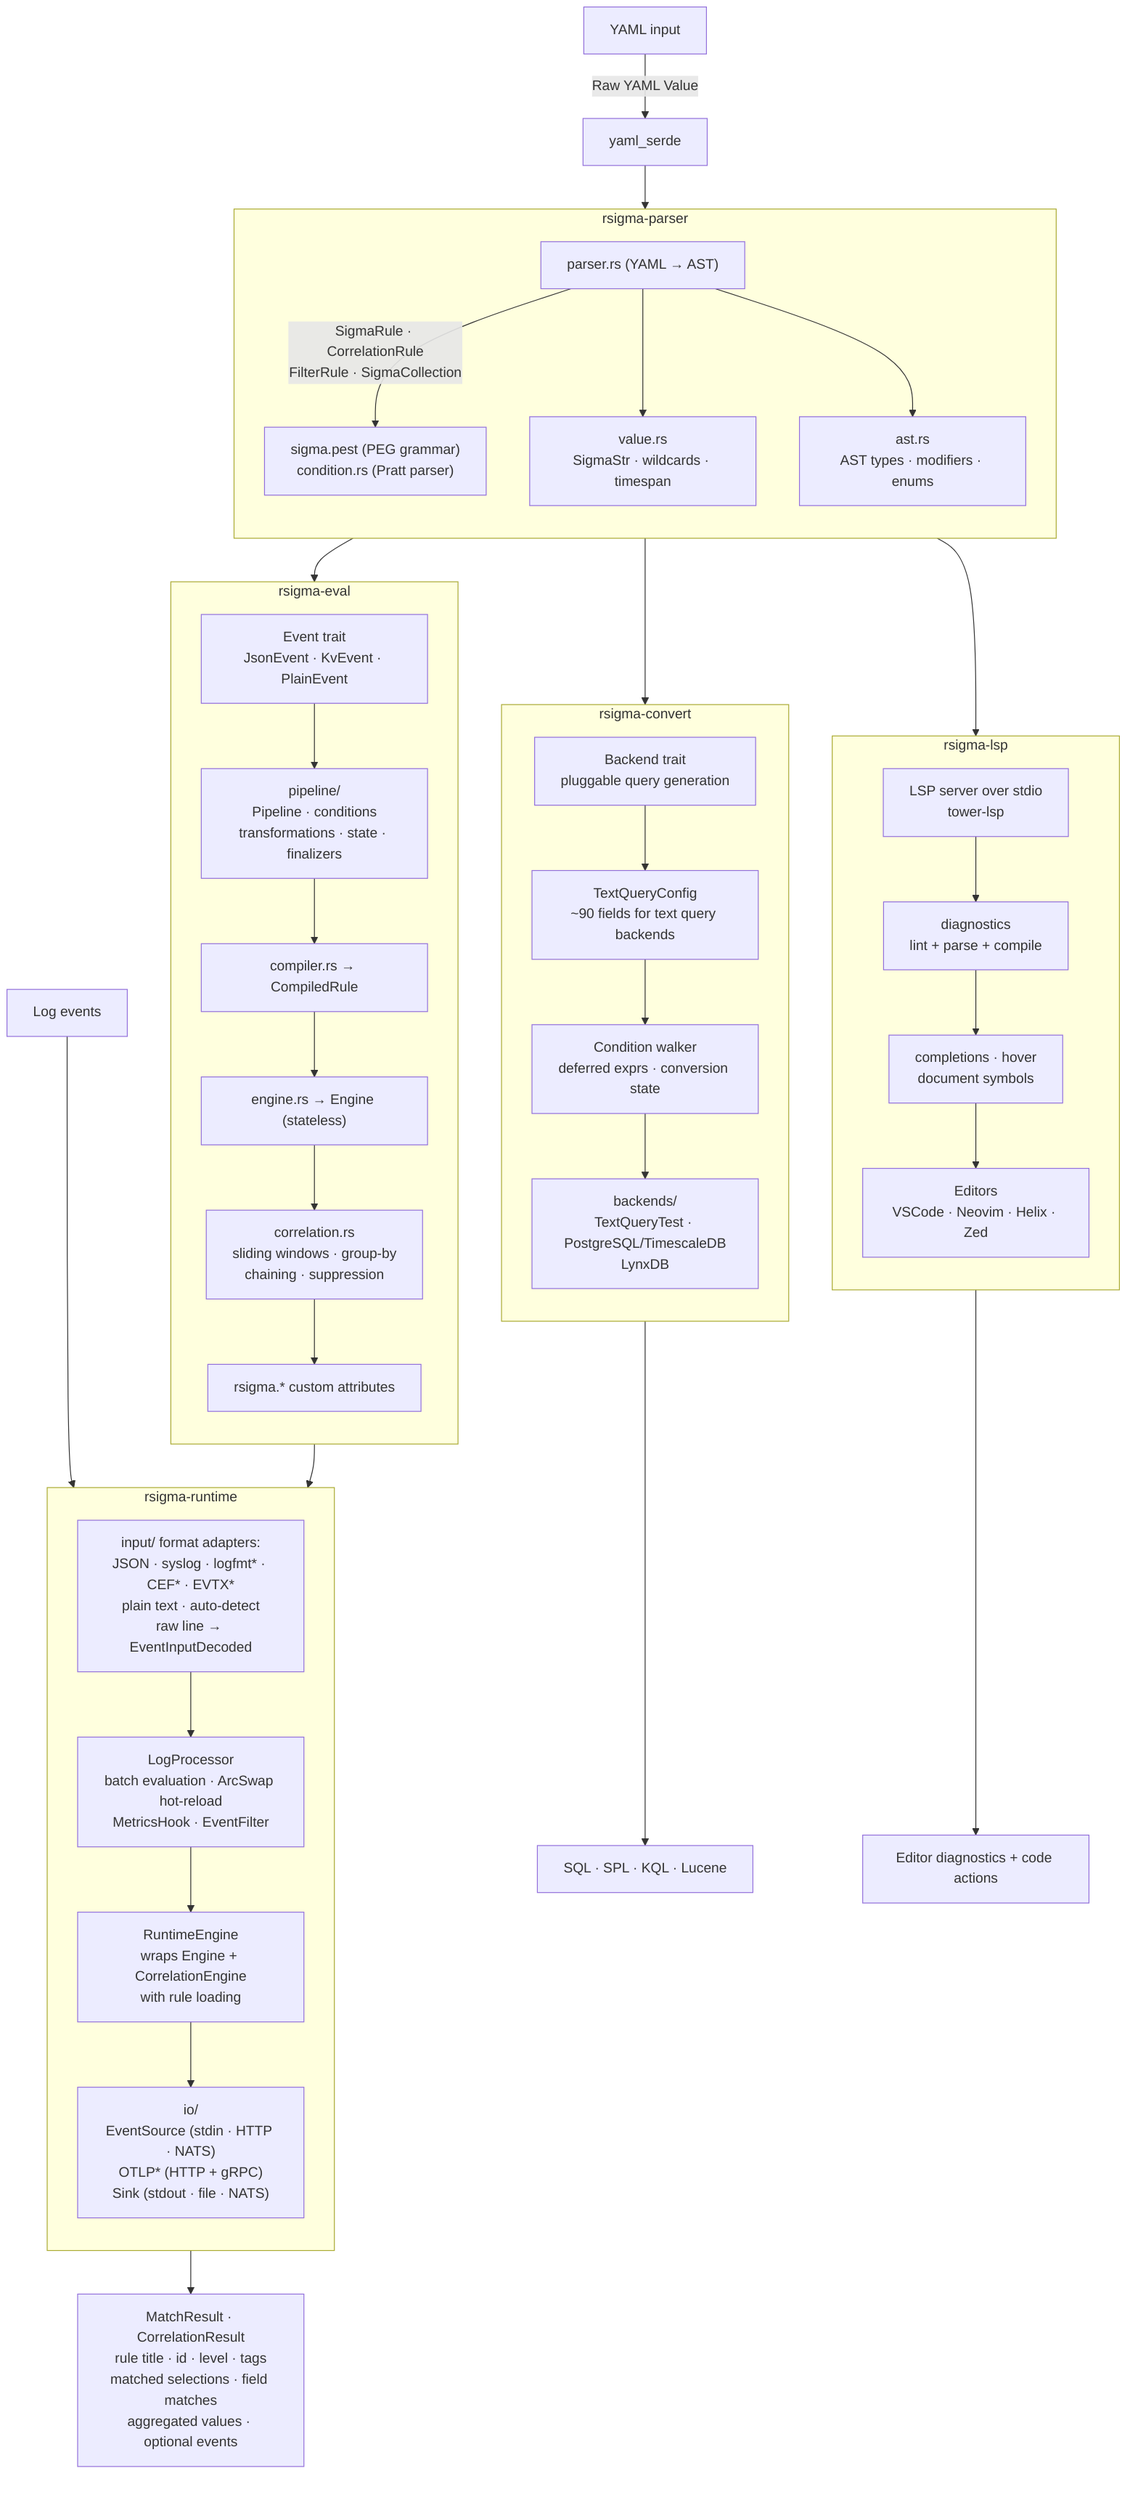
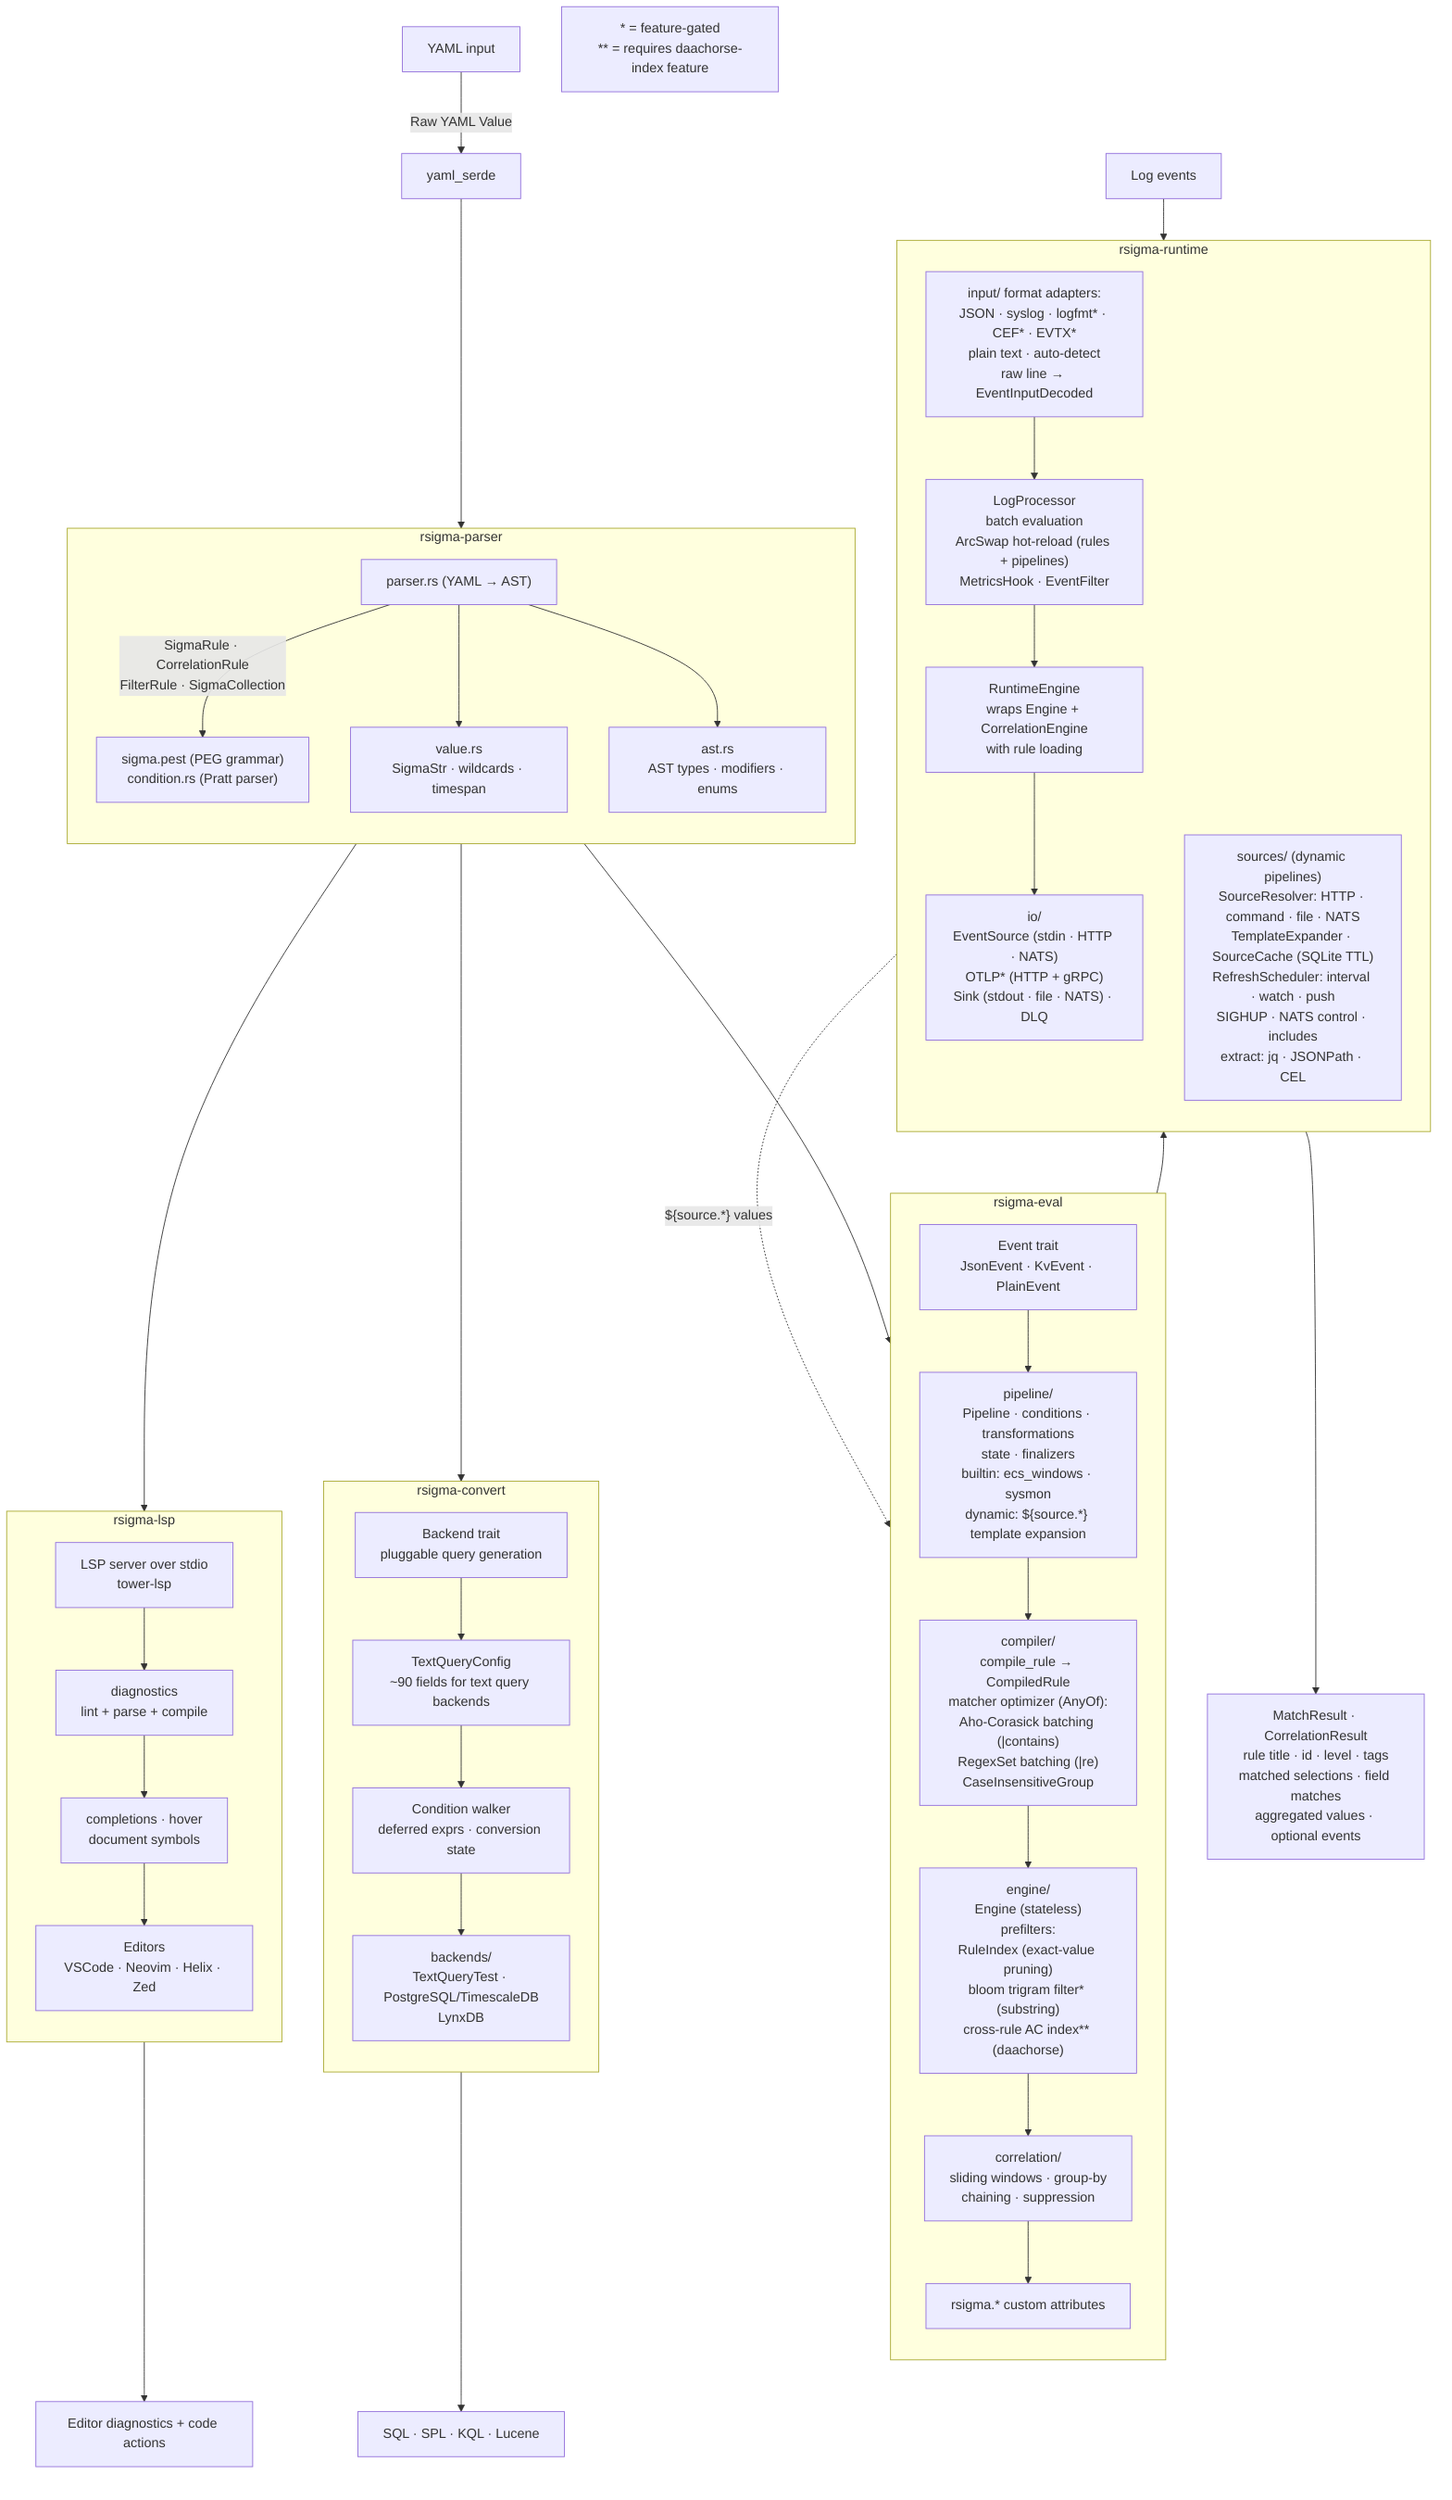
flowchart TD
    YAML["YAML input"]
    SERDE["yaml_serde"]
    EVENTS["Log events"]
    OUTPUT["MatchResult · CorrelationResult\nrule title · id · level · tags\nmatched selections · field matches\naggregated values · optional events"]
    QUERIES["SQL · SPL · KQL · Lucene"]
    EDITOR["Editor diagnostics + code actions"]
+     LEGEND["* = feature-gated\n** = requires daachorse-index feature"]

    subgraph rsigma-parser
        direction TB
        PARSE["parser.rs (YAML → AST)"] -->|"SigmaRule · CorrelationRule\nFilterRule · SigmaCollection"| PEST["sigma.pest (PEG grammar)\ncondition.rs (Pratt parser)"]
        PARSE --> VALUE["value.rs\nSigmaStr · wildcards · timespan"]
        PARSE --> AST["ast.rs\nAST types · modifiers · enums"]
    end

    subgraph rsigma-eval
        direction TB
        ETRAIT["Event trait\nJsonEvent · KvEvent · PlainEvent"]
-         ETRAIT --> EPIPE["pipeline/\nPipeline · conditions\ntransformations · state · finalizers"]
-         EPIPE --> ECOMP["compiler.rs → CompiledRule"]
-         ECOMP --> EENG["engine.rs → Engine (stateless)"]
-         EENG --> ECORR["correlation.rs\nsliding windows · group-by\nchaining · suppression"]
+         ETRAIT --> EPIPE["pipeline/\nPipeline · conditions · transformations\nstate · finalizers\nbuiltin: ecs_windows · sysmon\ndynamic: ${source.*} template expansion"]
+         EPIPE --> ECOMP["compiler/\ncompile_rule → CompiledRule\nmatcher optimizer (AnyOf):\nAho-Corasick batching (|contains)\nRegexSet batching (|re)\nCaseInsensitiveGroup"]
+         ECOMP --> EENG["engine/\nEngine (stateless)\nprefilters:\nRuleIndex (exact-value pruning)\nbloom trigram filter* (substring)\ncross-rule AC index** (daachorse)"]
+         EENG --> ECORR["correlation/\nsliding windows · group-by\nchaining · suppression"]
        ECORR --> ECUST["rsigma.* custom attributes"]
    end

    subgraph rsigma-convert
        direction TB
        CBACK["Backend trait\npluggable query generation"]
        CBACK --> CTQC["TextQueryConfig\n~90 fields for text query backends"]
        CTQC --> CWALK["Condition walker\ndeferred exprs · conversion state"]
        CWALK --> CENDS["backends/\nTextQueryTest · PostgreSQL/TimescaleDB\nLynxDB"]
    end

    subgraph rsigma-lsp
        direction TB
        LSERV["LSP server over stdio\ntower-lsp"]
        LSERV --> LDIAG["diagnostics\nlint + parse + compile"]
        LDIAG --> LFEAT["completions · hover\ndocument symbols"]
        LFEAT --> LEDIT["Editors\nVSCode · Neovim · Helix · Zed"]
    end

    subgraph rsigma-runtime
        direction TB
        RINPUT["input/ format adapters:\nJSON · syslog · logfmt* · CEF* · EVTX*\nplain text · auto-detect\nraw line → EventInputDecoded"]
-         RINPUT --> RPROC["LogProcessor\nbatch evaluation · ArcSwap hot-reload\nMetricsHook · EventFilter"]
+         RINPUT --> RPROC["LogProcessor\nbatch evaluation\nArcSwap hot-reload (rules + pipelines)\nMetricsHook · EventFilter"]
        RPROC --> RENG["RuntimeEngine\nwraps Engine + CorrelationEngine\nwith rule loading"]
-         RENG --> RIO["io/\nEventSource (stdin · HTTP · NATS)\nOTLP* (HTTP + gRPC)\nSink (stdout · file · NATS)"]
+         RENG --> RIO["io/\nEventSource (stdin · HTTP · NATS)\nOTLP* (HTTP + gRPC)\nSink (stdout · file · NATS) · DLQ"]
+         RSRC["sources/ (dynamic pipelines)\nSourceResolver: HTTP · command · file · NATS\nTemplateExpander · SourceCache (SQLite TTL)\nRefreshScheduler: interval · watch · push\nSIGHUP · NATS control · includes\nextract: jq · JSONPath · CEL"]
    end

    YAML -->|"Raw YAML Value"| SERDE
    SERDE --> PARSE
    PEST --> ETRAIT
    PEST --> CBACK
    PEST --> LSERV
    ECUST --> RENG
    EVENTS --> RINPUT
    RIO --> OUTPUT
    CENDS --> QUERIES
    LEDIT --> EDITOR
+     RSRC -.->|"${source.*} values"| EPIPE
